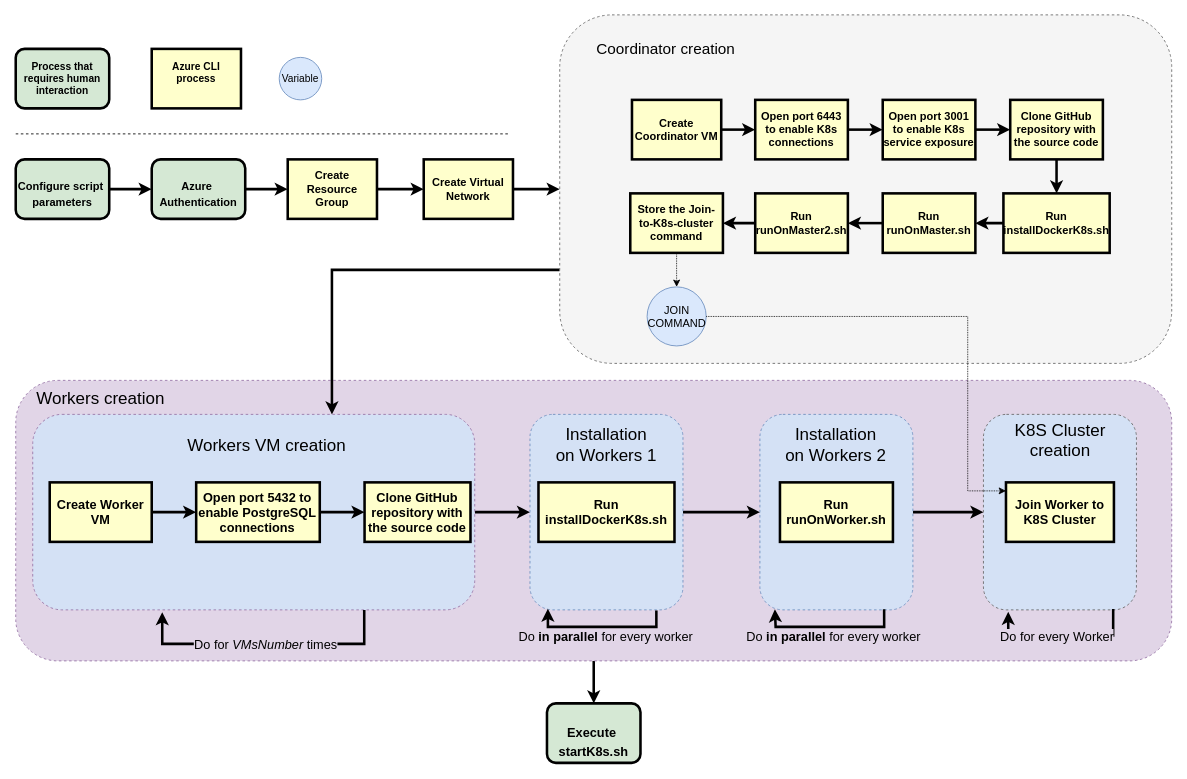
The draw.io diagram diagrams/automaticClusterGeneration.drawio in JimTsesm/MobilityDB-Azure, before the edit. Source tidied: cells renumbered, new cells numbered last; positions are measured from the earlier drawing's top-left corner, leaving out a move shared by most shapes. Both pictures are drawn from the tidied source at 85%, with x=0, y=0 at pixel (15, 14).
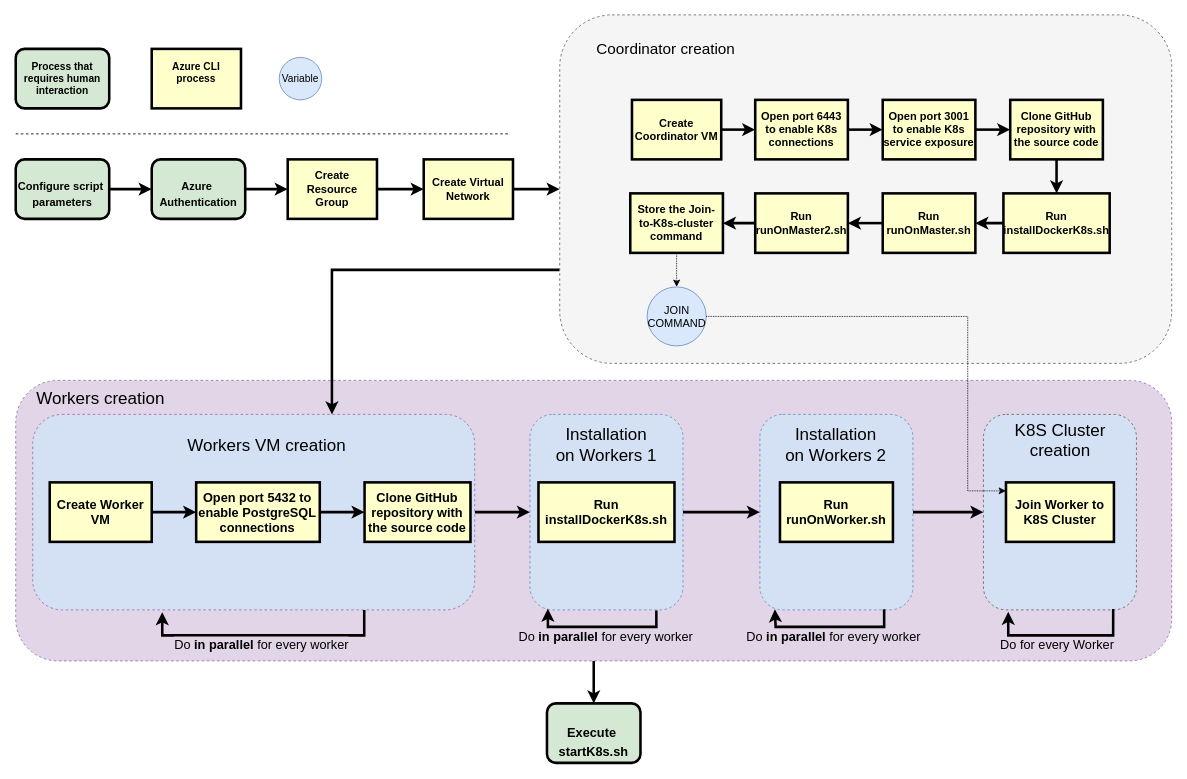
After the change.

The change refers to these unchanged cells:
```xml
<mxCell id="31" style="rounded=1;whiteSpace=wrap;html=1;dashed=1;strokeColor=#9673a6;fillColor=#D4E1F5;" parent="1" vertex="1">
  <mxGeometry x="20" y="470" width="520" height="230" as="geometry" />
</mxCell>
<mxCell id="54" style="edgeStyle=orthogonalEdgeStyle;rounded=0;orthogonalLoop=1;jettySize=auto;html=1;entryX=0.162;entryY=1.01;entryDx=0;entryDy=0;entryPerimeter=0;exitX=0.848;exitY=0.995;exitDx=0;exitDy=0;exitPerimeter=0;strokeWidth=3;" parent="1" edge="1" source="50" target="50">
  <mxGeometry relative="1" as="geometry">
    <Array as="points">
      <mxPoint x="1254" y="730" />
      <mxPoint x="1103" y="730" />
    </Array>
  </mxGeometry>
</mxCell>
```

The edit, as a diff of the source:
```diff
@@
     <mxCell id="42" style="edgeStyle=orthogonalEdgeStyle;rounded=0;orthogonalLoop=1;jettySize=auto;html=1;entryX=0.293;entryY=1.012;entryDx=0;entryDy=0;entryPerimeter=0;exitX=0.75;exitY=1;exitDx=0;exitDy=0;strokeWidth=3;" parent="1" edge="1" source="31" target="31">
       <mxGeometry relative="1" as="geometry">
         <Array as="points">
-          <mxPoint x="348" y="740" />
-          <mxPoint x="142" y="740" />
+          <mxPoint x="410" y="730" />
+          <mxPoint x="172" y="730" />
         </Array>
       </mxGeometry>
     </mxCell>
-    <mxCell id="43" value="&lt;font style=&quot;font-size: 15px&quot;&gt;Do for &lt;i&gt;VMsNumber&lt;/i&gt; times&lt;/font&gt;" style="edgeLabel;html=1;align=center;verticalAlign=middle;labelBackgroundColor=#E1D5E7;" parent="42" vertex="1">
+    <mxCell id="43" value="&lt;span style=&quot;font-size: 15px&quot;&gt;Do&amp;nbsp;&lt;/span&gt;&lt;b style=&quot;font-size: 15px&quot;&gt;in parallel&lt;/b&gt;&lt;span style=&quot;font-size: 15px&quot;&gt;&amp;nbsp;for every worker&lt;/span&gt;" style="edgeLabel;html=1;align=center;verticalAlign=middle;labelBackgroundColor=#E1D5E7;" parent="42" vertex="1">
       <mxGeometry x="-0.42" y="1" relative="1" as="geometry">
-        <mxPoint x="-66" y="-1" as="offset" />
+        <mxPoint x="-66" y="8" as="offset" />
       </mxGeometry>
     </mxCell>
@@
     <mxCell id="55" value="&lt;font style=&quot;font-size: 15px&quot;&gt;Do for every Worker&lt;/font&gt;" style="edgeLabel;html=1;align=center;verticalAlign=middle;labelBackgroundColor=#E1D5E7;" parent="54" vertex="1">
       <mxGeometry x="-0.34" y="2" relative="1" as="geometry">
-        <mxPoint x="-38" y="-2" as="offset" />
+        <mxPoint x="-38" y="8" as="offset" />
       </mxGeometry>
     </mxCell>
```
